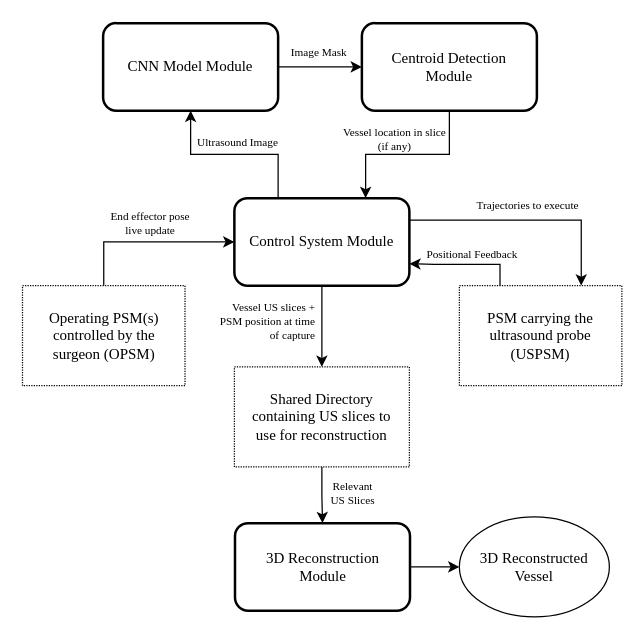
Before: diagrams/overall-project.drawio in ZiadAbass/dvrk-meng, a draw.io diagram. Source tidied: cells renumbered, new cells numbered last; positions are measured from the earlier drawing's top-left corner, leaving out a move shared by most shapes. Both pictures are drawn from the tidied source at 125%, with x=0, y=0 at pixel (21, 22).
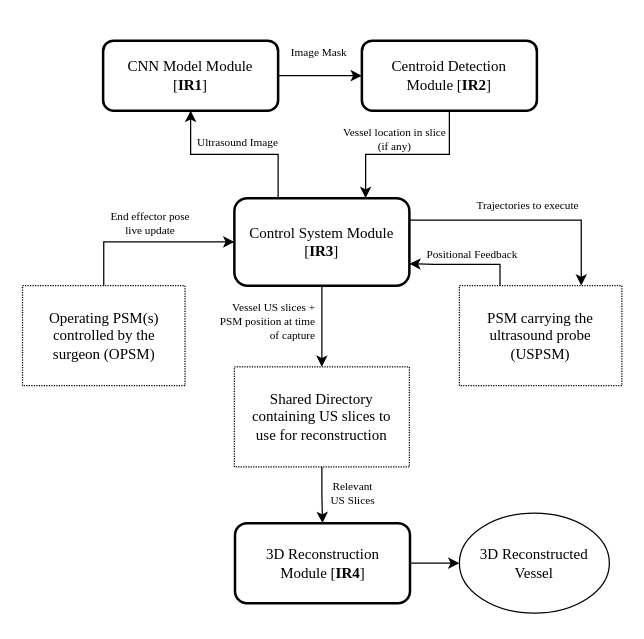
The same diagram, later.

Change to the diagram source:
```diff
@@
-    <mxCell id="5" value="Control System Module" style="rounded=1;whiteSpace=wrap;html=1;fontFamily=Times New Roman;spacingLeft=4;spacingRight=4;strokeWidth=2;" parent="1" vertex="1">
+    <mxCell id="5" value="Control System Module&lt;br&gt;[&lt;b&gt;IR3&lt;/b&gt;]" style="rounded=1;whiteSpace=wrap;html=1;fontFamily=Times New Roman;spacingLeft=4;spacingRight=4;strokeWidth=2;" parent="1" vertex="1">
       <mxGeometry x="170" y="140" width="140" height="70" as="geometry" />
     </mxCell>
@@
-    <mxCell id="9" value="CNN Model Module" style="rounded=1;whiteSpace=wrap;html=1;fontFamily=Times New Roman;strokeWidth=2;" parent="1" vertex="1">
-      <mxGeometry x="65" width="140" height="70" as="geometry" />
+    <mxCell id="9" value="CNN Model Module&lt;br&gt;[&lt;b&gt;IR1&lt;/b&gt;]" style="rounded=1;whiteSpace=wrap;html=1;fontFamily=Times New Roman;strokeWidth=2;" parent="1" vertex="1">
+      <mxGeometry x="65" y="14" width="140" height="56" as="geometry" />
     </mxCell>
@@
-    <mxCell id="11" value="Centroid Detection Module" style="rounded=1;whiteSpace=wrap;html=1;fontFamily=Times New Roman;strokeWidth=2;spacingLeft=5;spacingRight=5;" parent="1" vertex="1">
-      <mxGeometry x="272" width="140" height="70" as="geometry" />
+    <mxCell id="11" value="Centroid Detection Module [&lt;b&gt;IR2&lt;/b&gt;]" style="rounded=1;whiteSpace=wrap;html=1;fontFamily=Times New Roman;strokeWidth=2;spacingLeft=5;spacingRight=5;" parent="1" vertex="1">
+      <mxGeometry x="272" y="14" width="140" height="56" as="geometry" />
     </mxCell>
@@
-    <mxCell id="13" value="3D Reconstruction &lt;br&gt;Module" style="rounded=1;whiteSpace=wrap;html=1;fontFamily=Times New Roman;strokeWidth=2;" parent="1" vertex="1">
-      <mxGeometry x="170.5" y="400" width="140" height="70" as="geometry" />
+    <mxCell id="13" value="3D Reconstruction &lt;br&gt;Module [&lt;b&gt;IR4&lt;/b&gt;]" style="rounded=1;whiteSpace=wrap;html=1;fontFamily=Times New Roman;strokeWidth=2;" parent="1" vertex="1">
+      <mxGeometry x="170.5" y="400" width="140" height="64" as="geometry" />
     </mxCell>
@@
     <mxCell id="23" value="&lt;font style=&quot;font-size: 12px&quot;&gt;3D Reconstructed Vessel&lt;/font&gt;" style="ellipse;whiteSpace=wrap;html=1;rounded=0;fontFamily=Times New Roman;fontSize=9;align=center;" parent="1" vertex="1">
-      <mxGeometry x="350" y="395" width="120" height="80" as="geometry" />
+      <mxGeometry x="350" y="392" width="120" height="80" as="geometry" />
     </mxCell>
```
